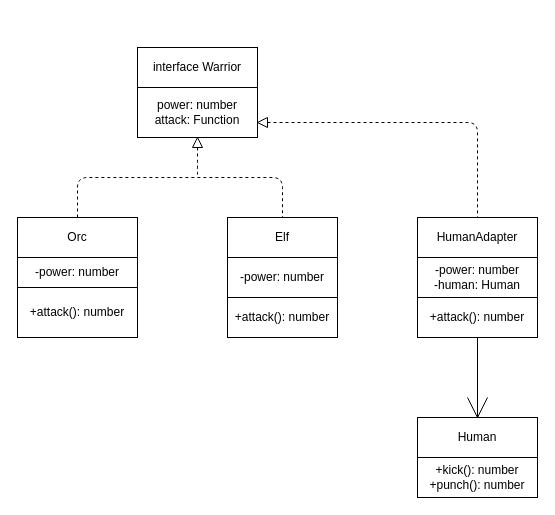
Above: 2_structural/adapter/adapter.drawio in plnnsimon/patterns (draw.io), before the change. Source tidied: cells renumbered, new cells numbered last; positions are measured from the earlier drawing's top-left corner, leaving out a move shared by most shapes. Both pictures are drawn from the tidied source at 100%, with x=0, y=0 at pixel (17, 47).
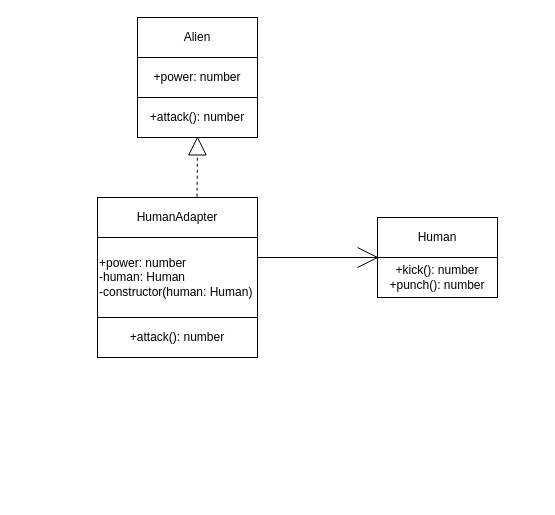
The same page after the edit.

Diff of the diagram source:
```diff
@@
-    <mxCell id="2" value="interface Warrior" style="rounded=0;whiteSpace=wrap;html=1;" parent="1" vertex="1">
-      <mxGeometry x="120" width="120" height="40" as="geometry" />
+    <mxCell id="2" value="Alien" style="rounded=0;whiteSpace=wrap;html=1;" parent="1" vertex="1">
+      <mxGeometry x="120" y="-30" width="120" height="40" as="geometry" />
     </mxCell>
-    <mxCell id="3" value="power: number&lt;br&gt;attack: Function" style="rounded=0;whiteSpace=wrap;html=1;" parent="1" vertex="1">
-      <mxGeometry x="120" y="40" width="120" height="50" as="geometry" />
+    <mxCell id="3" value="+attack(): number" style="rounded=0;whiteSpace=wrap;html=1;" parent="1" vertex="1">
+      <mxGeometry x="120" y="50" width="120" height="40" as="geometry" />
     </mxCell>
-    <mxCell id="4" value="Orc" style="rounded=0;whiteSpace=wrap;html=1;" parent="1" vertex="1">
-      <mxGeometry y="170" width="120" height="40" as="geometry" />
-    </mxCell>
-    <mxCell id="5" value="Elf" style="rounded=0;whiteSpace=wrap;html=1;" parent="1" vertex="1">
-      <mxGeometry x="210" y="170" width="110" height="40" as="geometry" />
-    </mxCell>
-    <mxCell id="6" value="+attack(): number" style="rounded=0;whiteSpace=wrap;html=1;" parent="1" vertex="1">
-      <mxGeometry y="240" width="120" height="50" as="geometry" />
-    </mxCell>
-    <mxCell id="7" value="+attack(): number" style="rounded=0;whiteSpace=wrap;html=1;" parent="1" vertex="1">
-      <mxGeometry x="210" y="250" width="110" height="40" as="geometry" />
-    </mxCell>
     <mxCell id="8" value="HumanAdapter" style="rounded=0;whiteSpace=wrap;html=1;" parent="1" vertex="1">
-      <mxGeometry x="400" y="170" width="120" height="40" as="geometry" />
+      <mxGeometry x="80" y="150" width="160" height="40" as="geometry" />
     </mxCell>
     <mxCell id="9" value="+attack(): number" style="rounded=0;whiteSpace=wrap;html=1;" parent="1" vertex="1">
-      <mxGeometry x="400" y="250" width="120" height="40" as="geometry" />
+      <mxGeometry x="80" y="270" width="160" height="40" as="geometry" />
     </mxCell>
     <mxCell id="10" value="Human" style="rounded=0;whiteSpace=wrap;html=1;" parent="1" vertex="1">
-      <mxGeometry x="400" y="370" width="120" height="40" as="geometry" />
+      <mxGeometry x="360" y="170" width="120" height="40" as="geometry" />
     </mxCell>
     <mxCell id="11" value="+kick(): number&lt;br&gt;+punch(): number" style="rounded=0;whiteSpace=wrap;html=1;" parent="1" vertex="1">
-      <mxGeometry x="400" y="410" width="120" height="40" as="geometry" />
+      <mxGeometry x="360" y="210" width="120" height="40" as="geometry" />
     </mxCell>
-    <mxCell id="12" value="-power: number" style="rounded=0;whiteSpace=wrap;html=1;" parent="1" vertex="1">
-      <mxGeometry x="210" y="210" width="110" height="40" as="geometry" />
-    </mxCell>
-    <mxCell id="13" value="-power: number&lt;br&gt;-human: Human" style="rounded=0;whiteSpace=wrap;html=1;" parent="1" vertex="1">
-      <mxGeometry x="400" y="210" width="120" height="40" as="geometry" />
+    <mxCell id="13" value="+power: number&lt;br&gt;-human: Human&lt;br&gt;-constructor(human: Human)" style="rounded=0;whiteSpace=wrap;html=1;align=left;" parent="1" vertex="1">
+      <mxGeometry x="80" y="190" width="160" height="80" as="geometry" />
     </mxCell>
-    <mxCell id="14" style="triangle;whiteSpace=wrap;html=1;rotation=-90;" parent="1" vertex="1">
-      <mxGeometry x="175" y="90" width="10" height="10" as="geometry" />
-    </mxCell>
-    <mxCell id="15" value="-power: number" style="rounded=0;whiteSpace=wrap;html=1;" parent="1" vertex="1">
-      <mxGeometry y="210" width="120" height="30" as="geometry" />
-    </mxCell>
-    <mxCell id="16" style="triangle;whiteSpace=wrap;html=1;rotation=-180;" parent="1" vertex="1">
-      <mxGeometry x="240" y="70" width="10" height="10" as="geometry" />
+    <mxCell id="16" style="triangle;whiteSpace=wrap;html=1;rotation=-90;" parent="1" vertex="1">
+      <mxGeometry x="171.2" y="90" width="17.5" height="17.5" as="geometry" />
     </mxCell>
-    <mxCell id="17" style="endArrow=none;dashed=1;html=1;exitX=0;exitY=0.5;exitDx=0;exitDy=0;entryX=0.5;entryY=0;entryDx=0;entryDy=0;" parent="1" edge="1" source="16" target="8">
-      <mxGeometry relative="1" as="geometry">
-        <Array as="points">
-          <mxPoint x="460" y="75" />
-        </Array>
-      </mxGeometry>
-    </mxCell>
-    <mxCell id="18" style="endArrow=none;dashed=1;html=1;exitX=0.5;exitY=0;exitDx=0;exitDy=0;entryX=0.5;entryY=0;entryDx=0;entryDy=0;" parent="1" edge="1" source="4" target="5">
-      <mxGeometry relative="1" as="geometry">
-        <Array as="points">
-          <mxPoint x="60" y="130" />
-          <mxPoint x="265" y="130" />
-        </Array>
-      </mxGeometry>
-    </mxCell>
-    <mxCell id="19" style="endArrow=none;dashed=1;html=1;exitX=0;exitY=0.5;exitDx=0;exitDy=0;" parent="1" edge="1" source="14">
-      <mxGeometry relative="1" as="geometry">
-        <mxPoint x="180" y="130" as="targetPoint" />
-        <Array as="points">
-          <mxPoint x="180" y="120" />
-        </Array>
-      </mxGeometry>
-    </mxCell>
-    <mxCell id="20" style="endArrow=none;html=1;" parent="1" edge="1">
-      <mxGeometry relative="1" as="geometry">
-        <mxPoint x="460" y="370" as="sourcePoint" />
-        <mxPoint x="460" y="290" as="targetPoint" />
-      </mxGeometry>
+    <mxCell id="20" style="endArrow=none;html=1;entryX=1;entryY=0.25;entryDx=0;entryDy=0;exitX=0;exitY=0;exitDx=0;exitDy=0;" parent="1" edge="1" source="11" target="13">
+      <mxGeometry relative="1" as="geometry" />
     </mxCell>
-    <mxCell id="21" style="endArrow=none;html=1;" parent="1" edge="1">
+    <mxCell id="21" style="endArrow=none;html=1;exitX=0;exitY=0;exitDx=0;exitDy=0;" parent="1" edge="1" source="11">
       <mxGeometry relative="1" as="geometry">
-        <mxPoint x="460" y="370" as="sourcePoint" />
-        <mxPoint x="470" y="350" as="targetPoint" />
+        <mxPoint x="340" y="220" as="targetPoint" />
       </mxGeometry>
     </mxCell>
-    <mxCell id="22" style="endArrow=none;html=1;" parent="1" edge="1">
+    <mxCell id="22" style="endArrow=none;html=1;exitX=0;exitY=0;exitDx=0;exitDy=0;" parent="1" edge="1" source="11">
       <mxGeometry relative="1" as="geometry">
-        <mxPoint x="460" y="370" as="sourcePoint" />
-        <mxPoint x="450" y="350" as="targetPoint" />
+        <mxPoint x="340" y="200" as="targetPoint" />
       </mxGeometry>
     </mxCell>
+    <mxCell id="23" value="+power: number" style="rounded=0;whiteSpace=wrap;html=1;" parent="1" vertex="1">
+      <mxGeometry x="120" y="10" width="120" height="40" as="geometry" />
+    </mxCell>
+    <mxCell id="24" style="endArrow=none;dashed=1;html=1;entryX=0;entryY=0.5;entryDx=0;entryDy=0;exitX=0.622;exitY=-0.019;exitDx=0;exitDy=0;exitPerimeter=0;" parent="1" edge="1" source="8" target="16">
+      <mxGeometry relative="1" as="geometry" />
+    </mxCell>
```
